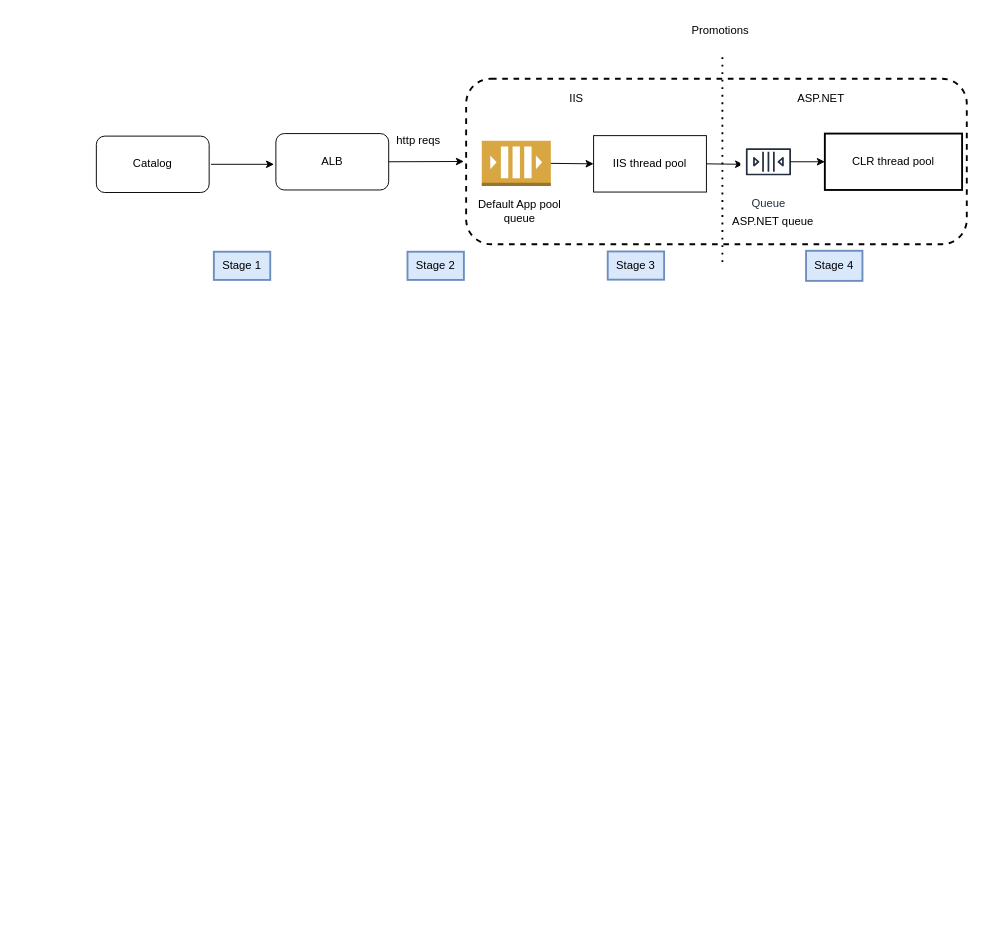
This is page "Page-2" (2 of 2) of Workflow for analyzing and draft.drawio from nonly/timewheel, a draw.io file, before an edit. Source tidied: cells renumbered, new cells numbered last; positions are measured from the earlier drawing's top-left corner, leaving out a move shared by most shapes. Both pictures are drawn from the tidied source at 94%, with x=0, y=0 at pixel (96, 16).
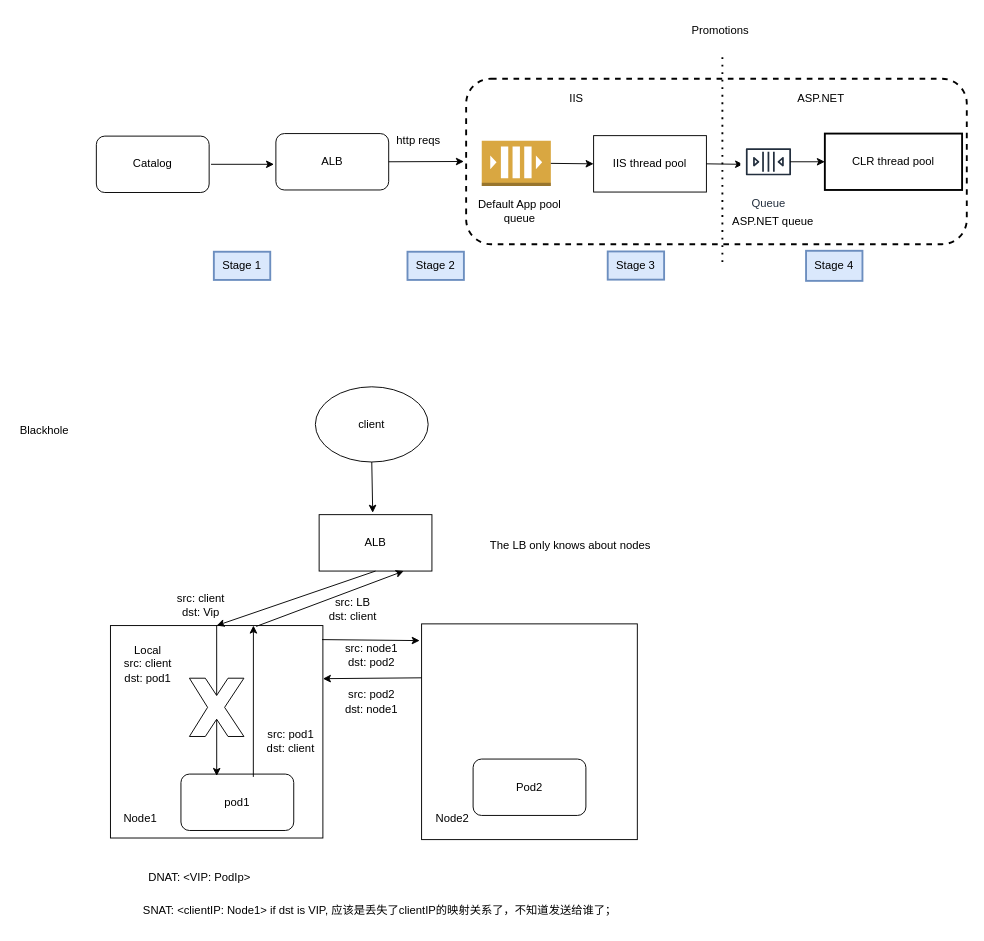
The same page after the edit.

Change to the diagram source:
```diff
@@
+    <mxCell id="25" value="ALB" style="rounded=0;whiteSpace=wrap;html=1;" parent="1" vertex="1">
+      <mxGeometry x="237" y="530" width="120" height="60" as="geometry" />
+    </mxCell>
+    <mxCell id="26" style="whiteSpace=wrap;html=1;" parent="1" vertex="1">
+      <mxGeometry x="15" y="648" width="226" height="226" as="geometry" />
+    </mxCell>
+    <mxCell id="27" style="whiteSpace=wrap;html=1;" parent="1" vertex="1">
+      <mxGeometry x="346" y="646.2" width="229.5" height="229.5" as="geometry" />
+    </mxCell>
+    <mxCell id="28" value="pod1" style="rounded=1;whiteSpace=wrap;html=1;" parent="1" vertex="1">
+      <mxGeometry x="90" y="806" width="120" height="60" as="geometry" />
+    </mxCell>
+    <mxCell id="29" value="Pod2" style="rounded=1;whiteSpace=wrap;html=1;" parent="1" vertex="1">
+      <mxGeometry x="400.8" y="790" width="120" height="60" as="geometry" />
+    </mxCell>
+    <mxCell id="30" value="client" style="ellipse;whiteSpace=wrap;html=1;" parent="1" vertex="1">
+      <mxGeometry x="233" y="394" width="120" height="80" as="geometry" />
+    </mxCell>
+    <mxCell id="31" style="endArrow=classic;html=1;rounded=0;exitX=0.5;exitY=1;exitDx=0;exitDy=0;" parent="1" edge="1" source="30">
+      <mxGeometry relative="1" as="geometry">
+        <mxPoint x="294" y="528" as="targetPoint" />
+      </mxGeometry>
+    </mxCell>
+    <mxCell id="32" style="endArrow=classic;html=1;rounded=0;entryX=0.5;entryY=0;entryDx=0;entryDy=0;exitX=0.5;exitY=1;exitDx=0;exitDy=0;" parent="1" edge="1" source="25" target="26">
+      <mxGeometry relative="1" as="geometry" />
+    </mxCell>
+    <mxCell id="33" style="endArrow=classic;html=1;rounded=0;exitX=0.996;exitY=0.066;exitDx=0;exitDy=0;exitPerimeter=0;" parent="1" edge="1" source="26">
+      <mxGeometry relative="1" as="geometry">
+        <mxPoint x="344" y="664" as="targetPoint" />
+      </mxGeometry>
+    </mxCell>
+    <mxCell id="34" value="Node1" style="text;html=1;strokeColor=none;fillColor=none;align=center;verticalAlign=middle;whiteSpace=wrap;rounded=0;" parent="1" vertex="1">
+      <mxGeometry x="17" y="838" width="60" height="30" as="geometry" />
+    </mxCell>
+    <mxCell id="35" value="Node2" style="text;html=1;strokeColor=none;fillColor=none;align=center;verticalAlign=middle;whiteSpace=wrap;rounded=0;" parent="1" vertex="1">
+      <mxGeometry x="349" y="838" width="60" height="30" as="geometry" />
+    </mxCell>
+    <mxCell id="36" value="The LB only knows about nodes" style="text;html=1;strokeColor=none;fillColor=none;align=center;verticalAlign=middle;whiteSpace=wrap;rounded=0;" parent="1" vertex="1">
+      <mxGeometry x="396" y="548" width="217" height="30" as="geometry" />
+    </mxCell>
+    <mxCell id="37" value="src: client&lt;br&gt;dst: Vip" style="text;html=1;strokeColor=none;fillColor=none;align=center;verticalAlign=middle;whiteSpace=wrap;rounded=0;" parent="1" vertex="1">
+      <mxGeometry x="62" y="610.5" width="99" height="30" as="geometry" />
+    </mxCell>
+    <mxCell id="38" value="src: node1&lt;br&gt;dst: pod2" style="text;html=1;strokeColor=none;fillColor=none;align=center;verticalAlign=middle;whiteSpace=wrap;rounded=0;" parent="1" vertex="1">
+      <mxGeometry x="263" y="665" width="60" height="30" as="geometry" />
+    </mxCell>
+    <mxCell id="39" style="endArrow=classic;html=1;rounded=0;exitX=0.5;exitY=0;exitDx=0;exitDy=0;entryX=0.317;entryY=0.033;entryDx=0;entryDy=0;entryPerimeter=0;" parent="1" edge="1" source="26" target="28">
+      <mxGeometry relative="1" as="geometry" />
+    </mxCell>
+    <mxCell id="40" value="Local&lt;br&gt;src: client&lt;br&gt;dst: pod1" style="text;html=1;strokeColor=none;fillColor=none;align=center;verticalAlign=middle;whiteSpace=wrap;rounded=0;" parent="1" vertex="1">
+      <mxGeometry x="25" y="674" width="60" height="30" as="geometry" />
+    </mxCell>
+    <mxCell id="41" style="endArrow=classic;html=1;rounded=0;exitX=0.686;exitY=0.004;exitDx=0;exitDy=0;entryX=0.75;entryY=1;entryDx=0;entryDy=0;exitPerimeter=0;" parent="1" edge="1" source="26" target="25">
+      <mxGeometry relative="1" as="geometry" />
+    </mxCell>
+    <mxCell id="42" value="src: LB&lt;br&gt;dst: client" style="text;html=1;strokeColor=none;fillColor=none;align=center;verticalAlign=middle;whiteSpace=wrap;rounded=0;" parent="1" vertex="1">
+      <mxGeometry x="243" y="616.2" width="60" height="30" as="geometry" />
+    </mxCell>
+    <mxCell id="43" style="endArrow=classic;html=1;rounded=0;entryX=0.673;entryY=0;entryDx=0;entryDy=0;entryPerimeter=0;" parent="1" edge="1" target="26">
+      <mxGeometry relative="1" as="geometry">
+        <mxPoint x="167" y="809" as="sourcePoint" />
+      </mxGeometry>
+    </mxCell>
+    <mxCell id="44" value="src: pod1&lt;br&gt;dst: client" style="text;html=1;strokeColor=none;fillColor=none;align=center;verticalAlign=middle;whiteSpace=wrap;rounded=0;" parent="1" vertex="1">
+      <mxGeometry x="177" y="756" width="60" height="30" as="geometry" />
+    </mxCell>
+    <mxCell id="45" style="verticalLabelPosition=bottom;verticalAlign=top;html=1;shape=mxgraph.basic.x;" parent="1" vertex="1">
+      <mxGeometry x="99" y="704" width="58" height="62" as="geometry" />
+    </mxCell>
+    <mxCell id="46" style="endArrow=classic;html=1;rounded=0;entryX=1;entryY=0.25;entryDx=0;entryDy=0;exitX=0;exitY=0.25;exitDx=0;exitDy=0;" parent="1" edge="1" source="27" target="26">
+      <mxGeometry relative="1" as="geometry" />
+    </mxCell>
+    <mxCell id="47" value="src: pod2&lt;br&gt;dst: node1" style="text;html=1;strokeColor=none;fillColor=none;align=center;verticalAlign=middle;whiteSpace=wrap;rounded=0;" parent="1" vertex="1">
+      <mxGeometry x="263" y="714" width="60" height="30" as="geometry" />
+    </mxCell>
+    <mxCell id="48" value="DNAT: &amp;lt;VIP: PodIp&amp;gt;" style="text;html=1;strokeColor=none;fillColor=none;align=center;verticalAlign=middle;whiteSpace=wrap;rounded=0;dashed=1;" parent="1" vertex="1">
+      <mxGeometry x="15" y="901" width="190" height="30" as="geometry" />
+    </mxCell>
+    <mxCell id="49" value="SNAT: &amp;lt;clientIP: Node1&amp;gt; if dst is VIP, 应该是丢失了clientIP的映射关系了，不知道发送给谁了；&amp;nbsp;" style="text;html=1;strokeColor=none;fillColor=none;align=center;verticalAlign=middle;whiteSpace=wrap;rounded=0;dashed=1;" parent="1" vertex="1">
+      <mxGeometry x="25" y="936" width="557" height="30" as="geometry" />
+    </mxCell>
+    <mxCell id="50" value="Blackhole" style="text;html=1;strokeColor=none;fillColor=none;align=center;verticalAlign=middle;whiteSpace=wrap;rounded=0;dashed=1;" parent="1" vertex="1">
+      <mxGeometry x="-85" y="426" width="60" height="30" as="geometry" />
+    </mxCell>
```
